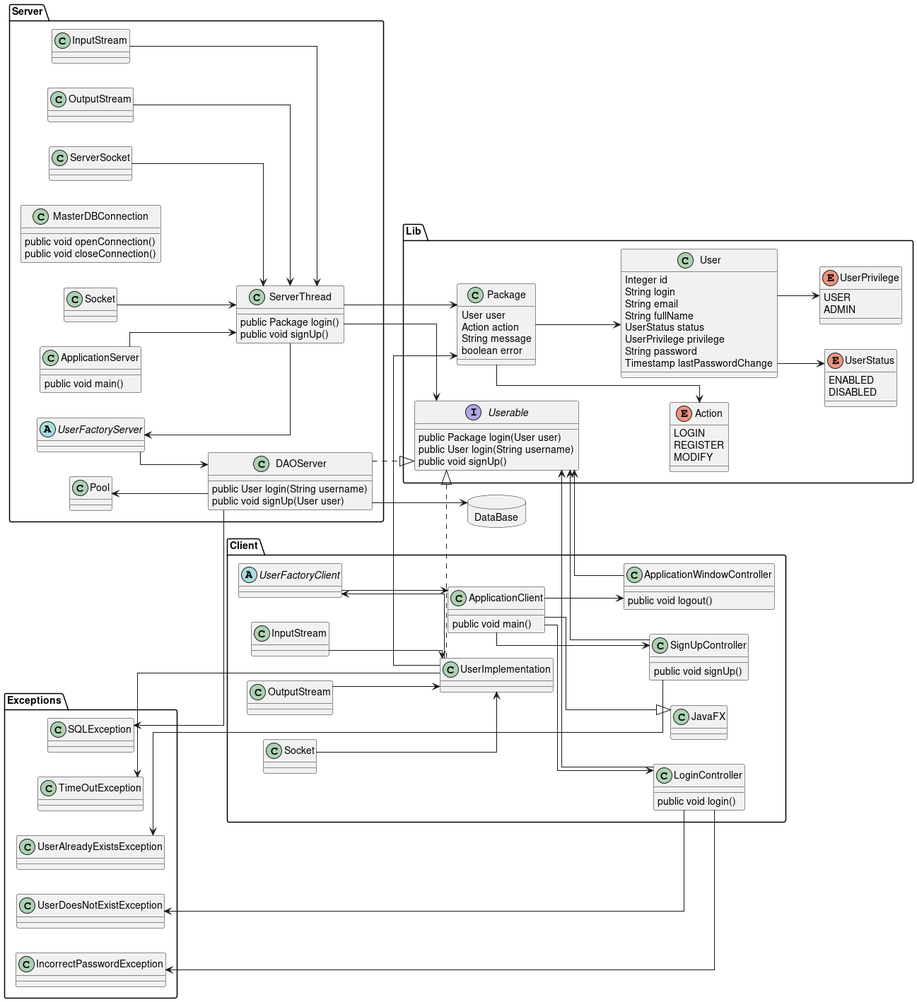
This is design/client_server.png from joana-renteria/SignUpSignIn, a PlantUML export, as it was before one commit. Source of this version:
```plantuml
@startuml
left to right direction
skinparam linetype ortho

package Server {
	class ApplicationServer {
		public void main()
	}

	class ServerThread {
		public Package login()
		public void signUp()
	}

	abstract UserFactoryServer {

	}

	class Pool {

	}

	class DAOServer {
		public User login(String username)
		public void signUp(User user)
	}

	class MasterDBConnection {
		public void openConnection()
		public void closeConnection()
	}

	class Server.Socket{}
	class Server.InputStream{}
	class Server.OutputStream{}
}

package Client {
	class JavaFX {

	}

	class ApplicationClient {
		public void main()
	}

	class LoginController {
		public void login()
	}

	class SignUpController {
		public void signUp()
	}

	class ApplicationWindowController {
		public void logout()
	}

	class UserImplementation {

	}

	abstract UserFactoryClient {

	}

	class Client.Socket{}
	class Client.InputStream{}
	class Client.OutputStream{}
}

package DataBase <<Database>> {

}

package Lib {
	enum Action {
		LOGIN
		REGISTER
		MODIFY
	}

	class Package {
		User user
		Action action
		String message
		boolean error
	}

	interface Userable {
		public Package login(User user)
		public User login(String username)
		public void signUp()
	}

	class User {
		Integer id
		String login
		String email
		String fullName
		UserStatus status
		UserPrivilege privilege
		String password
		Timestamp lastPasswordChange
	}

	enum UserStatus {
		ENABLED
		DISABLED
	}

	enum UserPrivilege {
		USER
		ADMIN
	}
}

package Exceptions {
	class SQLException{}
	class UserDoesNotExistException{}
	class IncorrectPasswordException{}
	class TimeOutException{}
	class UserAlreadyExistsException{}
}

UserImplementation --> Package

Package --> Action

Userable <-- LoginController
Userable <-- SignUpController
Userable <-- ApplicationWindowController

Userable <|.. UserImplementation

Pool <-- DAOServer
DAOServer --> DataBase
UserFactoryServer <-- ServerThread
UserFactoryServer --> DAOServer
DAOServer ..|> Userable
ServerThread --> Userable
ServerThread --> Package
ApplicationServer --> ServerThread

ApplicationClient --> ApplicationWindowController
ApplicationClient --> SignUpController
ApplicationClient --> LoginController

UserFactoryClient <-- UserImplementation
UserFactoryClient --> ApplicationClient

ApplicationClient --|> JavaFX

Server.Socket --> 		ServerThread
Server.ServerSocket --> ServerThread
Server.InputStream --> 	ServerThread
Server.OutputStream -->	ServerThread

Client.Socket --> UserImplementation
Client.InputStream --> UserImplementation
Client.OutputStream --> UserImplementation

SQLException 		<-- DAOServer
TimeOutException 	<-- UserImplementation
UserAlreadyExistsException <-- SignUpController
UserDoesNotExistException <-- LoginController
IncorrectPasswordException <-- LoginController

Package --> User
User --> UserPrivilege
User --> UserStatus

@enduml
```
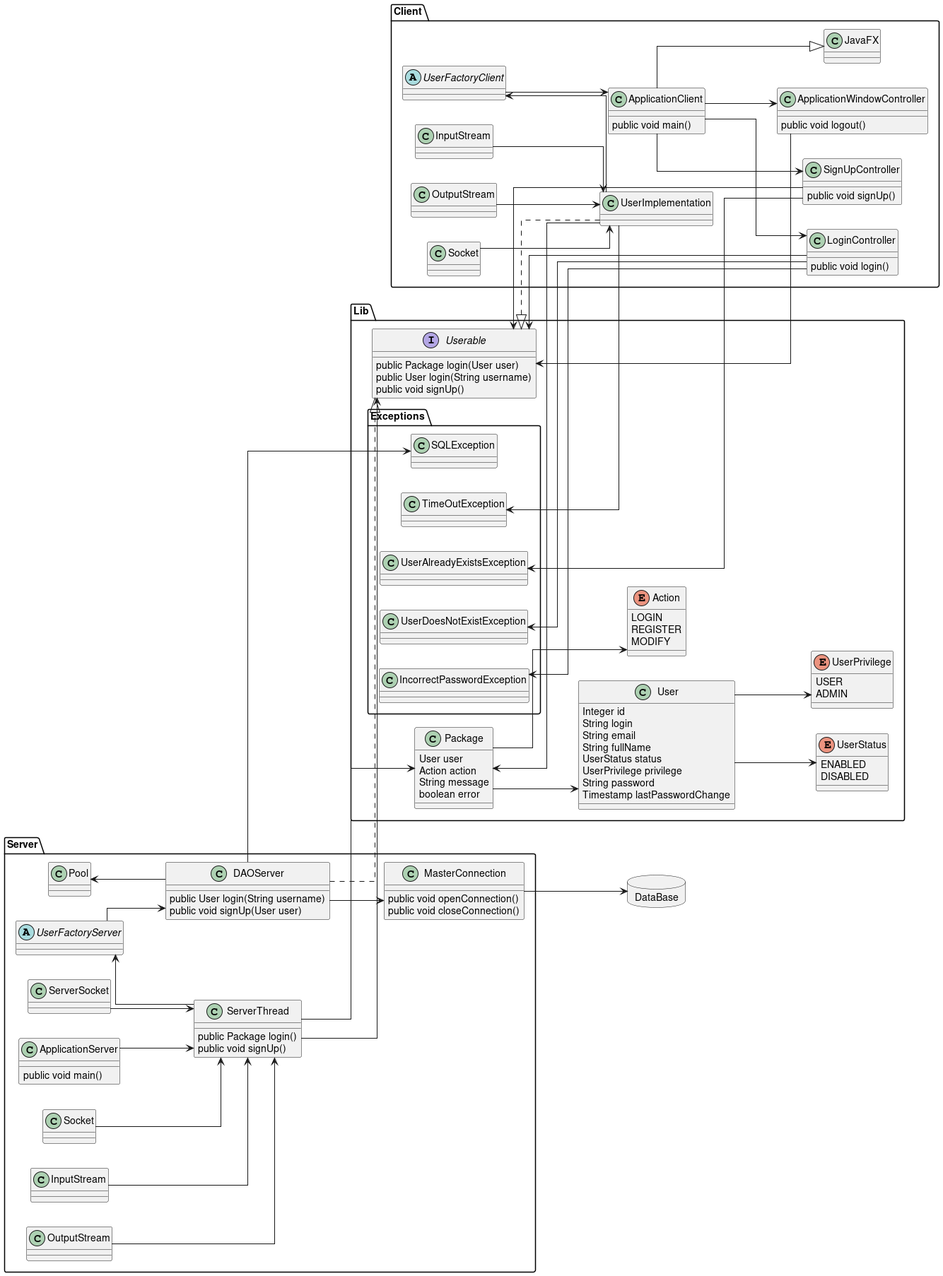
Above is the later version.

Commit message:
fix the class diagram

Diff of the diagram source:
```diff
@@ -25,7 +25,7 @@
 		public void signUp(User user)
 	}
 
-	class MasterDBConnection {
+	class MasterConnection {
 		public void openConnection()
 		public void closeConnection()
 	}
@@ -113,14 +113,15 @@
 		USER
 		ADMIN
 	}
-}
 
-package Exceptions {
-	class SQLException{}
-	class UserDoesNotExistException{}
-	class IncorrectPasswordException{}
-	class TimeOutException{}
-	class UserAlreadyExistsException{}
+	package Exceptions {
+		class SQLException{}
+		class UserDoesNotExistException{}
+		class IncorrectPasswordException{}
+		class TimeOutException{}
+		class UserAlreadyExistsException{}
+	}
+
 }
 
 UserImplementation --> Package
@@ -134,7 +135,8 @@
 Userable <|.. UserImplementation
 
 Pool <-- DAOServer
-DAOServer --> DataBase
+DAOServer --> MasterConnection
+MasterConnection --> DataBase
 UserFactoryServer <-- ServerThread
 UserFactoryServer --> DAOServer
 DAOServer ..|> Userable
```
